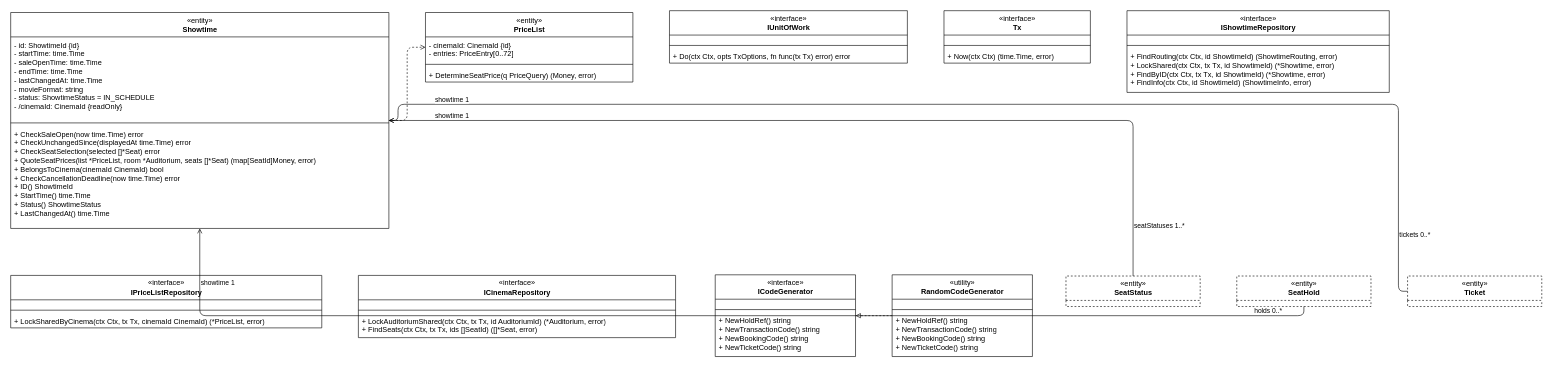
Earlier version of the draw.io diagram design/diagrams/P12-class-PKG-27.drawio (luytbq/app-dat-ve-xem-phim). Source tidied: cells renumbered, new cells numbered last; positions are measured from the earlier drawing's top-left corner, leaving out a move shared by most shapes. Both pictures are drawn from the tidied source at 61%, with x=0, y=0 at pixel (10, 10).
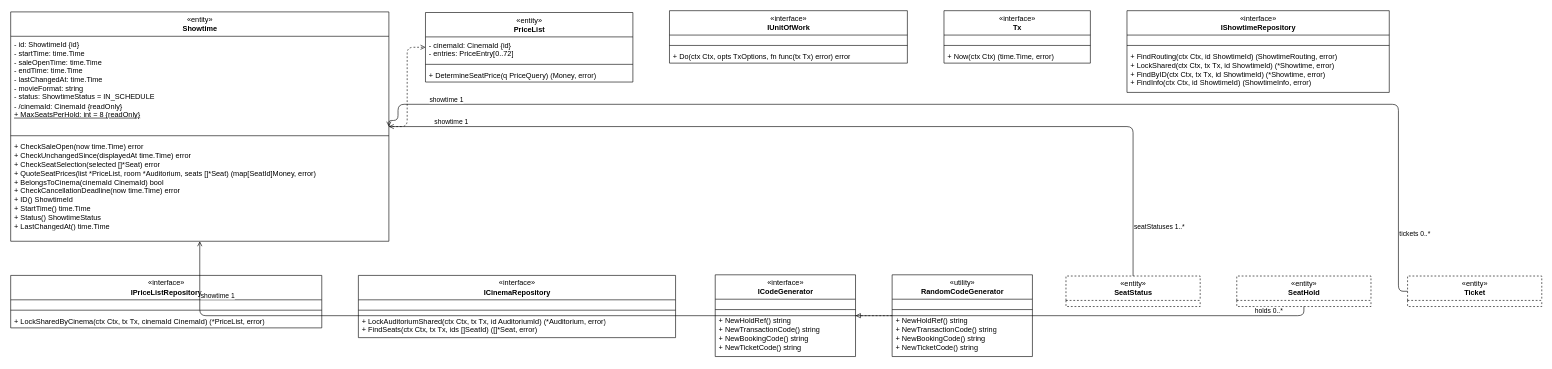
After the change.

Diff of the diagram source:
```diff
@@
     <mxCell id="2" value="«entity»&lt;br&gt;&lt;b&gt;Showtime&lt;/b&gt;" style="swimlane;fontStyle=0;align=center;horizontal=1;startSize=40;html=1;" parent="1" vertex="1">
-      <mxGeometry y="3" width="620" height="354" as="geometry" />
+      <mxGeometry y="2" width="620" height="376" as="geometry" />
     </mxCell>
-    <mxCell id="3" value="- id: ShowtimeId {id}&lt;br&gt;- startTime: time.Time&lt;br&gt;- saleOpenTime: time.Time&lt;br&gt;- endTime: time.Time&lt;br&gt;- lastChangedAt: time.Time&lt;br&gt;- movieFormat: string&lt;br&gt;- status: ShowtimeStatus = IN_SCHEDULE&lt;br&gt;- /cinemaId: CinemaId {readOnly}" style="text;strokeColor=none;fillColor=none;align=left;verticalAlign=top;spacingLeft=4;spacingRight=4;overflow=hidden;whiteSpace=wrap;html=1;" parent="2" vertex="1">
-      <mxGeometry y="40" width="620" height="136" as="geometry" />
+    <mxCell id="3" value="- id: ShowtimeId {id}&lt;br&gt;- startTime: time.Time&lt;br&gt;- saleOpenTime: time.Time&lt;br&gt;- endTime: time.Time&lt;br&gt;- lastChangedAt: time.Time&lt;br&gt;- movieFormat: string&lt;br&gt;- status: ShowtimeStatus = IN_SCHEDULE&lt;br&gt;- /cinemaId: CinemaId {readOnly}&lt;br&gt;&lt;u&gt;+ MaxSeatsPerHold: int = 8 {readOnly}&lt;/u&gt;" style="text;strokeColor=none;fillColor=none;align=left;verticalAlign=top;spacingLeft=4;spacingRight=4;overflow=hidden;whiteSpace=wrap;html=1;" parent="2" vertex="1">
+      <mxGeometry y="40" width="620" height="158" as="geometry" />
     </mxCell>
     <mxCell id="4" style="line;strokeWidth=1;fillColor=none;align=left;verticalAlign=middle;spacingTop=-1;spacingLeft=3;spacingRight=3;labelPosition=right;html=1;" parent="2" vertex="1">
-      <mxGeometry y="176" width="620" height="10" as="geometry" />
+      <mxGeometry y="198" width="620" height="10" as="geometry" />
     </mxCell>
     <mxCell id="5" value="+ CheckSaleOpen(now time.Time) error&lt;br&gt;+ CheckUnchangedSince(displayedAt time.Time) error&lt;br&gt;+ CheckSeatSelection(selected []*Seat) error&lt;br&gt;+ QuoteSeatPrices(list *PriceList, room *Auditorium, seats []*Seat) (map[SeatId]Money, error)&lt;br&gt;+ BelongsToCinema(cinemaId CinemaId) bool&lt;br&gt;+ CheckCancellationDeadline(now time.Time) error&lt;br&gt;+ ID() ShowtimeId&lt;br&gt;+ StartTime() time.Time&lt;br&gt;+ Status() ShowtimeStatus&lt;br&gt;+ LastChangedAt() time.Time" style="text;strokeColor=none;fillColor=none;align=left;verticalAlign=top;spacingLeft=4;spacingRight=4;overflow=hidden;whiteSpace=wrap;html=1;" parent="2" vertex="1">
-      <mxGeometry y="186" width="620" height="168" as="geometry" />
+      <mxGeometry y="208" width="620" height="168" as="geometry" />
     </mxCell>
```
